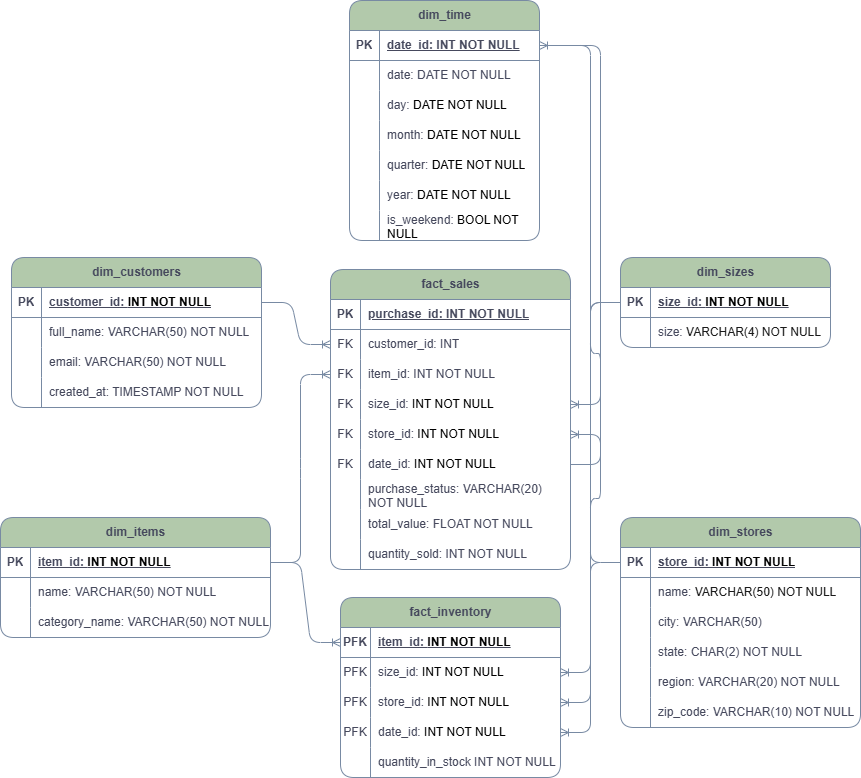
This is E_commerce_dbs-OLAP.png from ruancastro/e-commercy-database, a draw.io export, as it was before one commit. Source tidied: cells renumbered, new cells last; positions are measured from the earlier drawing's top-left corner, leaving out a move shared by most shapes.
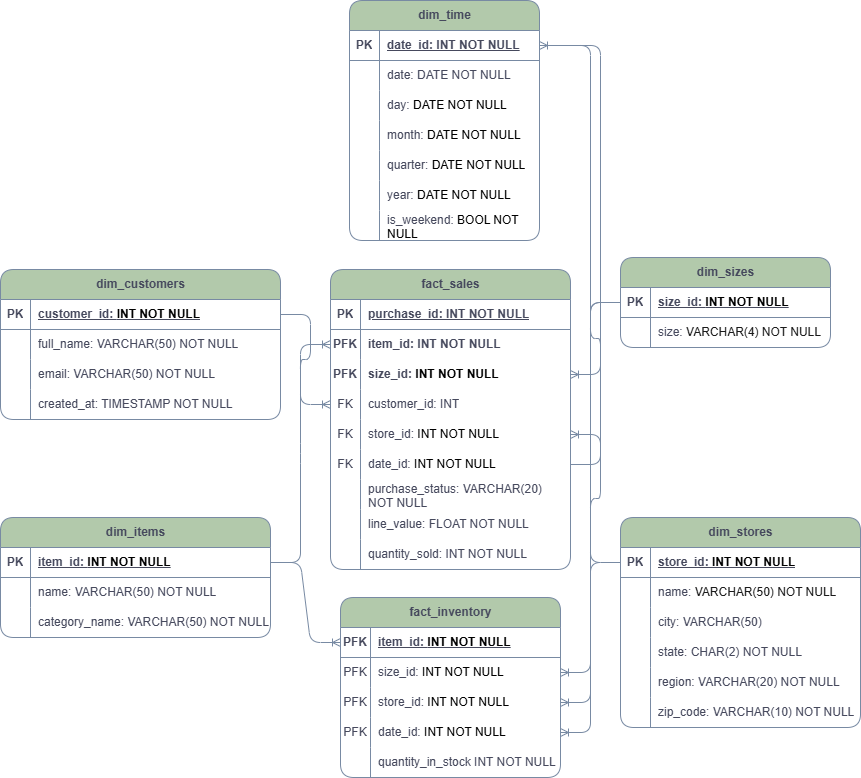
The same diagram one commit later.

Commit message:
total_value now is line_value, and in fact_sales purchase_id, item_id and size_id are pks

Diff of the diagram source:
```diff
@@ -14,33 +14,33 @@
     <mxCell id="5" value="purchase_id: INT NOT NULL" style="shape=partialRectangle;fillColor=none;top=0;left=0;bottom=0;right=0;align=left;spacingLeft=6;fontStyle=5;overflow=hidden;whiteSpace=wrap;html=1;rounded=1;labelBackgroundColor=none;strokeColor=#788AA3;fontColor=#46495D;" parent="3" vertex="1">
       <mxGeometry x="30" width="210" height="30" as="geometry" />
     </mxCell>
-    <mxCell id="6" style="shape=tableRow;horizontal=0;startSize=0;swimlaneHead=0;swimlaneBody=0;fillColor=none;points=[[0,0.5],[1,0.5]];portConstraint=eastwest;top=0;left=0;right=0;bottom=0;rounded=1;labelBackgroundColor=none;strokeColor=#788AA3;fontColor=#46495D;" parent="2" vertex="1">
-      <mxGeometry y="60" width="240" height="30" as="geometry" />
-    </mxCell>
-    <mxCell id="7" value="FK" style="shape=partialRectangle;fillColor=none;top=0;left=0;bottom=0;right=0;overflow=hidden;whiteSpace=wrap;html=1;rounded=1;labelBackgroundColor=none;strokeColor=#788AA3;fontColor=#46495D;" parent="6" vertex="1">
-      <mxGeometry width="30" height="30" as="geometry" />
-    </mxCell>
-    <mxCell id="8" value="&lt;div&gt;&lt;span class=&quot;text-sm px-1 rounded-sm !font-mono bg-sunset/10 text-rust dark:bg-dawn/10 dark:text-dawn&quot;&gt;customer_id: INT&lt;/span&gt;&lt;/div&gt;" style="shape=partialRectangle;fillColor=none;top=0;left=0;bottom=0;right=0;align=left;spacingLeft=6;overflow=hidden;whiteSpace=wrap;html=1;rounded=1;labelBackgroundColor=none;strokeColor=#788AA3;fontColor=#46495D;" parent="6" vertex="1">
-      <mxGeometry x="30" width="210" height="30" as="geometry" />
-    </mxCell>
     <mxCell id="9" style="shape=tableRow;horizontal=0;startSize=0;swimlaneHead=0;swimlaneBody=0;fillColor=none;points=[[0,0.5],[1,0.5]];portConstraint=eastwest;top=0;left=0;right=0;bottom=0;rounded=1;labelBackgroundColor=none;strokeColor=#788AA3;fontColor=#46495D;" parent="2" vertex="1">
-      <mxGeometry y="90" width="240" height="30" as="geometry" />
+      <mxGeometry y="60" width="240" height="30" as="geometry" />
     </mxCell>
-    <mxCell id="10" value="FK" style="shape=partialRectangle;fillColor=none;top=0;left=0;bottom=0;right=0;overflow=hidden;whiteSpace=wrap;html=1;rounded=1;labelBackgroundColor=none;strokeColor=#788AA3;fontColor=#46495D;" parent="9" vertex="1">
+    <mxCell id="10" value="PFK" style="shape=partialRectangle;fillColor=none;top=0;left=0;bottom=0;right=0;overflow=hidden;whiteSpace=wrap;html=1;rounded=1;labelBackgroundColor=none;strokeColor=#788AA3;fontColor=#46495D;fontStyle=1;" parent="9" vertex="1">
       <mxGeometry width="30" height="30" as="geometry" />
     </mxCell>
-    <mxCell id="11" value="&lt;div&gt;&lt;span class=&quot;text-sm px-1 rounded-sm !font-mono bg-sunset/10 text-rust dark:bg-dawn/10 dark:text-dawn&quot;&gt;item_id: INT NOT NULL&lt;/span&gt;&lt;/div&gt;" style="shape=partialRectangle;fillColor=none;top=0;left=0;bottom=0;right=0;align=left;spacingLeft=6;overflow=hidden;whiteSpace=wrap;html=1;rounded=1;labelBackgroundColor=none;strokeColor=#788AA3;fontColor=#46495D;" parent="9" vertex="1">
+    <mxCell id="11" value="&lt;div&gt;&lt;span class=&quot;text-sm px-1 rounded-sm !font-mono bg-sunset/10 text-rust dark:bg-dawn/10 dark:text-dawn&quot;&gt;item_id: INT NOT NULL&lt;/span&gt;&lt;/div&gt;" style="shape=partialRectangle;fillColor=none;top=0;left=0;bottom=0;right=0;align=left;spacingLeft=6;overflow=hidden;whiteSpace=wrap;html=1;rounded=1;labelBackgroundColor=none;strokeColor=#788AA3;fontColor=#46495D;fontStyle=1;" parent="9" vertex="1">
       <mxGeometry x="30" width="210" height="30" as="geometry" />
     </mxCell>
     <mxCell id="12" style="shape=tableRow;horizontal=0;startSize=0;swimlaneHead=0;swimlaneBody=0;fillColor=none;points=[[0,0.5],[1,0.5]];portConstraint=eastwest;top=0;left=0;right=0;bottom=0;rounded=1;labelBackgroundColor=none;strokeColor=#788AA3;fontColor=#46495D;" parent="2" vertex="1">
-      <mxGeometry y="120" width="240" height="30" as="geometry" />
+      <mxGeometry y="90" width="240" height="30" as="geometry" />
     </mxCell>
-    <mxCell id="13" value="FK" style="shape=partialRectangle;fillColor=none;top=0;left=0;bottom=0;right=0;overflow=hidden;whiteSpace=wrap;html=1;rounded=1;labelBackgroundColor=none;strokeColor=#788AA3;fontColor=#46495D;" parent="12" vertex="1">
+    <mxCell id="13" value="PFK" style="shape=partialRectangle;fillColor=none;top=0;left=0;bottom=0;right=0;overflow=hidden;whiteSpace=wrap;html=1;rounded=1;labelBackgroundColor=none;strokeColor=#788AA3;fontColor=#46495D;fontStyle=1;" parent="12" vertex="1">
       <mxGeometry width="30" height="30" as="geometry" />
     </mxCell>
-    <mxCell id="14" value="&lt;div&gt;&lt;span class=&quot;text-sm px-1 rounded-sm !font-mono bg-sunset/10 text-rust dark:bg-dawn/10 dark:text-dawn&quot;&gt;size_id:&amp;nbsp;&lt;/span&gt;&lt;span style=&quot;background-color: transparent; color: light-dark(rgb(0, 0, 0), rgb(255, 255, 255));&quot;&gt;INT NOT NULL&lt;/span&gt;&lt;/div&gt;" style="shape=partialRectangle;fillColor=none;top=0;left=0;bottom=0;right=0;align=left;spacingLeft=6;overflow=hidden;whiteSpace=wrap;html=1;rounded=1;labelBackgroundColor=none;strokeColor=#788AA3;fontColor=#46495D;" parent="12" vertex="1">
+    <mxCell id="14" value="&lt;div&gt;&lt;span class=&quot;text-sm px-1 rounded-sm !font-mono bg-sunset/10 text-rust dark:bg-dawn/10 dark:text-dawn&quot;&gt;size_id:&amp;nbsp;&lt;/span&gt;&lt;span style=&quot;background-color: transparent; color: light-dark(rgb(0, 0, 0), rgb(255, 255, 255));&quot;&gt;INT NOT NULL&lt;/span&gt;&lt;/div&gt;" style="shape=partialRectangle;fillColor=none;top=0;left=0;bottom=0;right=0;align=left;spacingLeft=6;overflow=hidden;whiteSpace=wrap;html=1;rounded=1;labelBackgroundColor=none;strokeColor=#788AA3;fontColor=#46495D;fontStyle=1;" parent="12" vertex="1">
       <mxGeometry x="30" width="210" height="30" as="geometry" />
     </mxCell>
+    <mxCell id="6" style="shape=tableRow;horizontal=0;startSize=0;swimlaneHead=0;swimlaneBody=0;fillColor=none;points=[[0,0.5],[1,0.5]];portConstraint=eastwest;top=0;left=0;right=0;bottom=0;rounded=1;labelBackgroundColor=none;strokeColor=#788AA3;fontColor=#46495D;" parent="2" vertex="1">
+      <mxGeometry y="120" width="240" height="30" as="geometry" />
+    </mxCell>
+    <mxCell id="7" value="FK" style="shape=partialRectangle;fillColor=none;top=0;left=0;bottom=0;right=0;overflow=hidden;whiteSpace=wrap;html=1;rounded=1;labelBackgroundColor=none;strokeColor=#788AA3;fontColor=#46495D;" parent="6" vertex="1">
+      <mxGeometry width="30" height="30" as="geometry" />
+    </mxCell>
+    <mxCell id="8" value="&lt;div&gt;&lt;span class=&quot;text-sm px-1 rounded-sm !font-mono bg-sunset/10 text-rust dark:bg-dawn/10 dark:text-dawn&quot;&gt;customer_id: INT&lt;/span&gt;&lt;/div&gt;" style="shape=partialRectangle;fillColor=none;top=0;left=0;bottom=0;right=0;align=left;spacingLeft=6;overflow=hidden;whiteSpace=wrap;html=1;rounded=1;labelBackgroundColor=none;strokeColor=#788AA3;fontColor=#46495D;" parent="6" vertex="1">
+      <mxGeometry x="30" width="210" height="30" as="geometry" />
+    </mxCell>
     <mxCell id="15" style="shape=tableRow;horizontal=0;startSize=0;swimlaneHead=0;swimlaneBody=0;fillColor=none;points=[[0,0.5],[1,0.5]];portConstraint=eastwest;top=0;left=0;right=0;bottom=0;rounded=1;labelBackgroundColor=none;strokeColor=#788AA3;fontColor=#46495D;" parent="2" vertex="1">
       <mxGeometry y="150" width="240" height="30" as="geometry" />
     </mxCell>
@@ -74,7 +74,7 @@
     <mxCell id="25" style="shape=partialRectangle;fillColor=none;top=0;left=0;bottom=0;right=0;overflow=hidden;whiteSpace=wrap;html=1;rounded=1;labelBackgroundColor=none;strokeColor=#788AA3;fontColor=#46495D;" parent="24" vertex="1">
       <mxGeometry width="30" height="30" as="geometry" />
     </mxCell>
-    <mxCell id="26" value="&lt;div&gt;&lt;span class=&quot;text-sm px-1 rounded-sm !font-mono bg-sunset/10 text-rust dark:bg-dawn/10 dark:text-dawn&quot;&gt;total_value: FLOAT NOT NULL&lt;/span&gt;&lt;/div&gt;" style="shape=partialRectangle;fillColor=none;top=0;left=0;bottom=0;right=0;align=left;spacingLeft=6;overflow=hidden;whiteSpace=wrap;html=1;rounded=1;labelBackgroundColor=none;strokeColor=#788AA3;fontColor=#46495D;" parent="24" vertex="1">
+    <mxCell id="26" value="&lt;div&gt;&lt;span class=&quot;text-sm px-1 rounded-sm !font-mono bg-sunset/10 text-rust dark:bg-dawn/10 dark:text-dawn&quot;&gt;line_value: FLOAT NOT NULL&lt;/span&gt;&lt;/div&gt;" style="shape=partialRectangle;fillColor=none;top=0;left=0;bottom=0;right=0;align=left;spacingLeft=6;overflow=hidden;whiteSpace=wrap;html=1;rounded=1;labelBackgroundColor=none;strokeColor=#788AA3;fontColor=#46495D;" parent="24" vertex="1">
       <mxGeometry x="30" width="210" height="30" as="geometry" />
     </mxCell>
     <mxCell id="27" style="shape=tableRow;horizontal=0;startSize=0;swimlaneHead=0;swimlaneBody=0;fillColor=none;top=0;left=0;right=0;bottom=0;rounded=1;labelBackgroundColor=none;strokeColor=#788AA3;fontColor=#46495D;" parent="2" vertex="1">
@@ -87,43 +87,43 @@
       <mxGeometry x="30" width="210" height="30" as="geometry" />
     </mxCell>
     <mxCell id="30" value="&lt;div&gt;&lt;span class=&quot;text-sm px-1 rounded-sm !font-mono bg-sunset/10 text-rust dark:bg-dawn/10 dark:text-dawn&quot;&gt;dim_customers&lt;/span&gt;&lt;/div&gt;" style="shape=table;startSize=30;rowLines=0;fontStyle=1;align=center;html=1;rounded=1;labelBackgroundColor=none;fillColor=#B2C9AB;strokeColor=#788AA3;fontColor=#46495D;" parent="1" vertex="1">
-      <mxGeometry x="11" y="257" width="250" height="150" as="geometry" />
+      <mxGeometry y="269" width="280" height="150" as="geometry" />
     </mxCell>
     <mxCell id="31" style="shape=tableRow;horizontal=0;startSize=0;swimlaneHead=0;swimlaneBody=0;fillColor=none;points=[[0,0.5],[1,0.5]];portConstraint=eastwest;top=0;left=0;right=0;bottom=1;rounded=1;labelBackgroundColor=none;strokeColor=#788AA3;fontColor=#46495D;" parent="30" vertex="1">
-      <mxGeometry y="30" width="250" height="30" as="geometry" />
+      <mxGeometry y="30" width="280" height="30" as="geometry" />
     </mxCell>
     <mxCell id="32" value="PK" style="shape=partialRectangle;fillColor=none;top=0;left=0;bottom=0;right=0;fontStyle=1;overflow=hidden;whiteSpace=wrap;html=1;rounded=1;labelBackgroundColor=none;strokeColor=#788AA3;fontColor=#46495D;" parent="31" vertex="1">
       <mxGeometry width="30" height="30" as="geometry" />
     </mxCell>
     <mxCell id="33" value="&lt;div&gt;&lt;span class=&quot;text-sm px-1 rounded-sm !font-mono bg-sunset/10 text-rust dark:bg-dawn/10 dark:text-dawn&quot;&gt;customer_id:&amp;nbsp;&lt;/span&gt;&lt;span style=&quot;background-color: transparent; color: light-dark(rgb(0, 0, 0), rgb(255, 255, 255));&quot;&gt;INT NOT NULL&lt;/span&gt;&lt;/div&gt;" style="shape=partialRectangle;fillColor=none;top=0;left=0;bottom=0;right=0;align=left;spacingLeft=6;fontStyle=5;overflow=hidden;whiteSpace=wrap;html=1;rounded=1;labelBackgroundColor=none;strokeColor=#788AA3;fontColor=#46495D;" parent="31" vertex="1">
-      <mxGeometry x="30" width="220" height="30" as="geometry" />
+      <mxGeometry x="30" width="250" height="30" as="geometry" />
     </mxCell>
     <mxCell id="34" style="shape=tableRow;horizontal=0;startSize=0;swimlaneHead=0;swimlaneBody=0;fillColor=none;top=0;left=0;right=0;bottom=0;rounded=1;labelBackgroundColor=none;strokeColor=#788AA3;fontColor=#46495D;" parent="30" vertex="1">
-      <mxGeometry y="60" width="250" height="30" as="geometry" />
+      <mxGeometry y="60" width="280" height="30" as="geometry" />
     </mxCell>
     <mxCell id="35" style="shape=partialRectangle;fillColor=none;top=0;left=0;bottom=0;right=0;overflow=hidden;whiteSpace=wrap;html=1;rounded=1;labelBackgroundColor=none;strokeColor=#788AA3;fontColor=#46495D;" parent="34" vertex="1">
       <mxGeometry width="30" height="30" as="geometry" />
     </mxCell>
     <mxCell id="36" value="&lt;div&gt;&lt;span class=&quot;text-sm px-1 rounded-sm !font-mono bg-sunset/10 text-rust dark:bg-dawn/10 dark:text-dawn&quot;&gt;full_name: VARCHAR(50) NOT NULL&lt;/span&gt;&lt;/div&gt;" style="shape=partialRectangle;fillColor=none;top=0;left=0;bottom=0;right=0;align=left;spacingLeft=6;overflow=hidden;whiteSpace=wrap;html=1;rounded=1;labelBackgroundColor=none;strokeColor=#788AA3;fontColor=#46495D;" parent="34" vertex="1">
-      <mxGeometry x="30" width="220" height="30" as="geometry" />
+      <mxGeometry x="30" width="250" height="30" as="geometry" />
     </mxCell>
     <mxCell id="37" style="shape=tableRow;horizontal=0;startSize=0;swimlaneHead=0;swimlaneBody=0;fillColor=none;top=0;left=0;right=0;bottom=0;rounded=1;labelBackgroundColor=none;strokeColor=#788AA3;fontColor=#46495D;" parent="30" vertex="1">
-      <mxGeometry y="90" width="250" height="30" as="geometry" />
+      <mxGeometry y="90" width="280" height="30" as="geometry" />
     </mxCell>
     <mxCell id="38" style="shape=partialRectangle;fillColor=none;top=0;left=0;bottom=0;right=0;overflow=hidden;whiteSpace=wrap;html=1;rounded=1;labelBackgroundColor=none;strokeColor=#788AA3;fontColor=#46495D;" parent="37" vertex="1">
       <mxGeometry width="30" height="30" as="geometry" />
     </mxCell>
     <mxCell id="39" value="&lt;div&gt;&lt;span class=&quot;text-sm px-1 rounded-sm !font-mono bg-sunset/10 text-rust dark:bg-dawn/10 dark:text-dawn&quot;&gt;email: VARCHAR(50) NOT NULL&lt;/span&gt;&lt;/div&gt;" style="shape=partialRectangle;fillColor=none;top=0;left=0;bottom=0;right=0;align=left;spacingLeft=6;overflow=hidden;whiteSpace=wrap;html=1;rounded=1;labelBackgroundColor=none;strokeColor=#788AA3;fontColor=#46495D;" parent="37" vertex="1">
-      <mxGeometry x="30" width="220" height="30" as="geometry" />
+      <mxGeometry x="30" width="250" height="30" as="geometry" />
     </mxCell>
     <mxCell id="40" style="shape=tableRow;horizontal=0;startSize=0;swimlaneHead=0;swimlaneBody=0;fillColor=none;top=0;left=0;right=0;bottom=0;rounded=1;labelBackgroundColor=none;strokeColor=#788AA3;fontColor=#46495D;" parent="30" vertex="1">
-      <mxGeometry y="120" width="250" height="30" as="geometry" />
+      <mxGeometry y="120" width="280" height="30" as="geometry" />
     </mxCell>
     <mxCell id="41" style="shape=partialRectangle;fillColor=none;top=0;left=0;bottom=0;right=0;overflow=hidden;whiteSpace=wrap;html=1;rounded=1;labelBackgroundColor=none;strokeColor=#788AA3;fontColor=#46495D;" parent="40" vertex="1">
       <mxGeometry width="30" height="30" as="geometry" />
     </mxCell>
     <mxCell id="42" value="&lt;div&gt;&lt;span class=&quot;text-sm px-1 rounded-sm !font-mono bg-sunset/10 text-rust dark:bg-dawn/10 dark:text-dawn&quot;&gt;created_at: TIMESTAMP NOT NULL&lt;/span&gt;&lt;/div&gt;" style="shape=partialRectangle;fillColor=none;top=0;left=0;bottom=0;right=0;align=left;spacingLeft=6;overflow=hidden;whiteSpace=wrap;html=1;rounded=1;labelBackgroundColor=none;strokeColor=#788AA3;fontColor=#46495D;" parent="40" vertex="1">
-      <mxGeometry x="30" width="220" height="30" as="geometry" />
+      <mxGeometry x="30" width="250" height="30" as="geometry" />
     </mxCell>
     <mxCell id="43" value="&lt;div&gt;&lt;span class=&quot;text-sm px-1 rounded-sm !font-mono bg-sunset/10 text-rust dark:bg-dawn/10 dark:text-dawn&quot;&gt;dim_items&lt;/span&gt;&lt;/div&gt;" style="shape=table;startSize=30;rowLines=0;fontStyle=1;align=center;html=1;rounded=1;labelBackgroundColor=none;fillColor=#B2C9AB;strokeColor=#788AA3;fontColor=#46495D;" parent="1" vertex="1">
       <mxGeometry y="517" width="270" height="120" as="geometry" />
```
